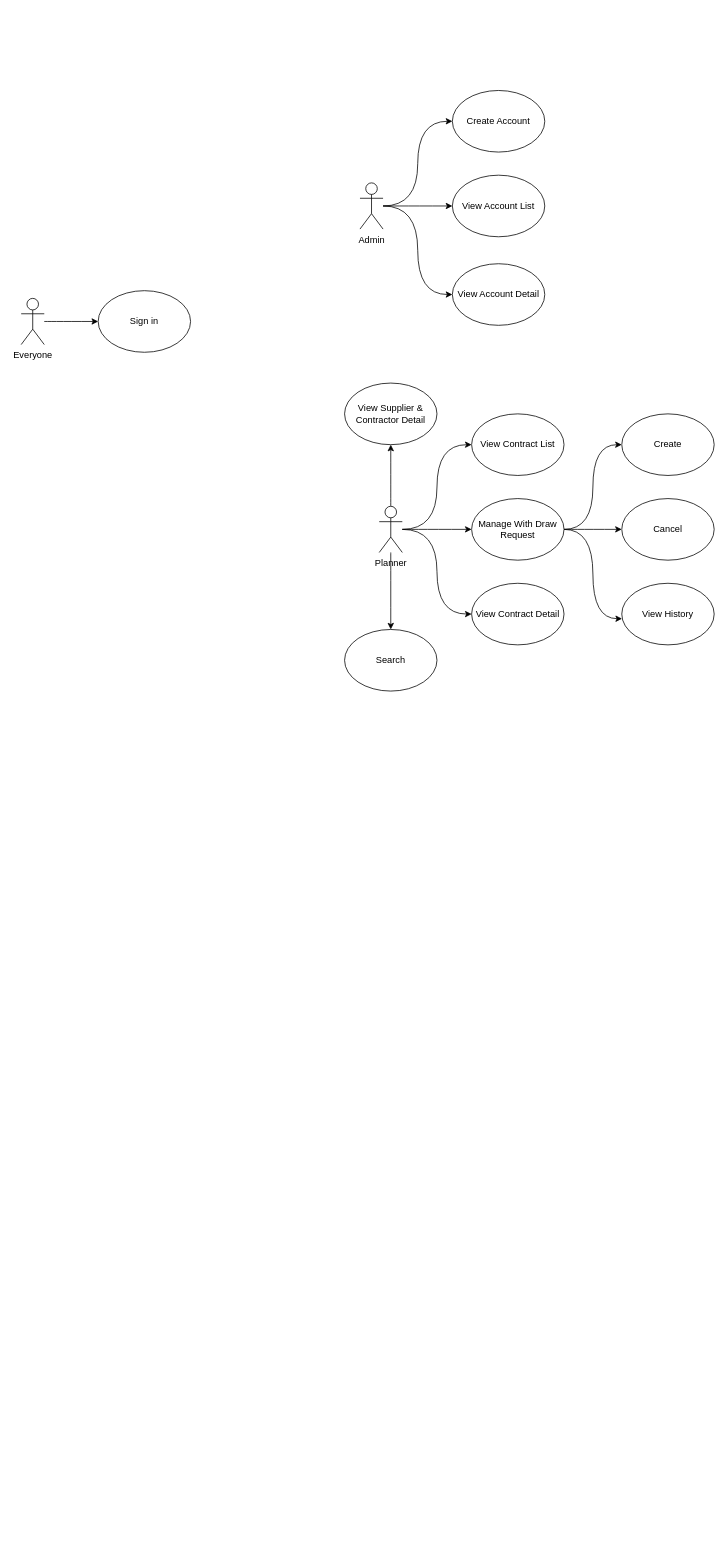
Above: documents/usecase.drawio in cocacolastick-cable-management/cable_management_fe (draw.io), before the change. Source tidied: cells renumbered, new cells numbered last; positions are measured from the earlier drawing's top-left corner, leaving out a move shared by most shapes. Both pictures are drawn from the tidied source at 77%, with x=0, y=0 at pixel (21, 90).
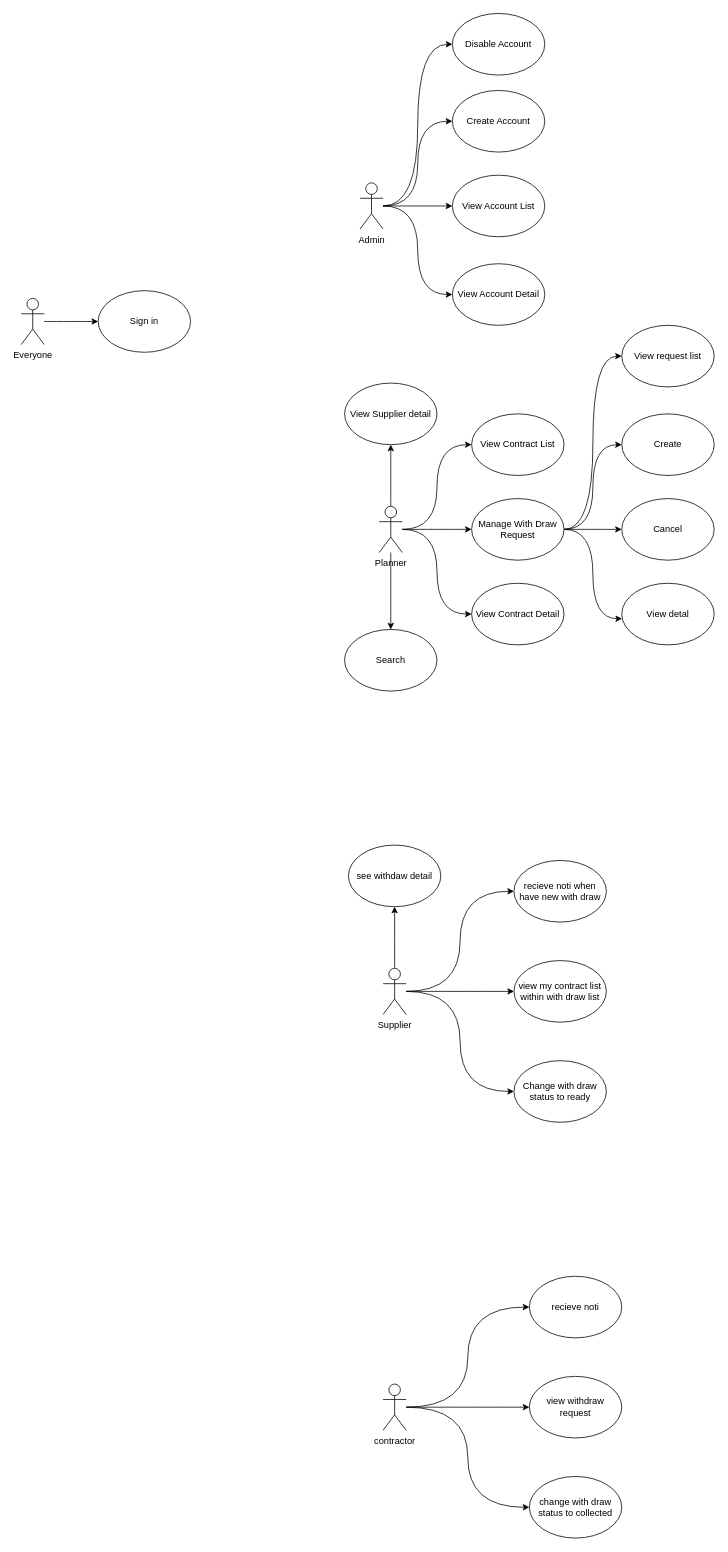
The same page after the edit.

The change refers to these unchanged cells:
```xml
<mxCell id="5" value="Admin" style="shape=umlActor;verticalLabelPosition=bottom;verticalAlign=top;html=1;outlineConnect=0;rounded=1;" parent="1" vertex="1">
  <mxGeometry x="440" y="120" width="30" height="60" as="geometry" />
</mxCell>
<mxCell id="22" value="Manage With Draw Request" style="ellipse;whiteSpace=wrap;html=1;rounded=1;" parent="1" vertex="1">
  <mxGeometry x="585" y="530" width="120" height="80" as="geometry" />
</mxCell>
```

Diff of the diagram source:
```diff
@@
+    <mxCell id="29" style="edgeStyle=orthogonalEdgeStyle;rounded=1;jettySize=auto;html=1;entryX=0;entryY=0.5;entryDx=0;entryDy=0;curved=1;" parent="1" edge="1" source="5" target="31">
+      <mxGeometry relative="1" as="geometry" />
+    </mxCell>
@@
+    <mxCell id="30" style="edgeStyle=orthogonalEdgeStyle;rounded=1;jettySize=auto;html=1;curved=1;entryX=0;entryY=0.5;entryDx=0;entryDy=0;" parent="1" edge="1" source="22" target="37">
+      <mxGeometry relative="1" as="geometry" />
+    </mxCell>
@@
-    <mxCell id="25" value="View Supplier &amp;amp; Contractor Detail" style="ellipse;whiteSpace=wrap;html=1;rounded=1;" parent="1" vertex="1">
+    <mxCell id="25" value="View Supplier detail" style="ellipse;whiteSpace=wrap;html=1;rounded=1;" parent="1" vertex="1">
       <mxGeometry x="420" y="380" width="120" height="80" as="geometry" />
     </mxCell>
@@
-    <mxCell id="28" value="View History" style="ellipse;whiteSpace=wrap;html=1;rounded=1;" parent="1" vertex="1">
+    <mxCell id="28" value="View detal" style="ellipse;whiteSpace=wrap;html=1;rounded=1;" parent="1" vertex="1">
       <mxGeometry x="780" y="640" width="120" height="80" as="geometry" />
     </mxCell>
+    <mxCell id="31" value="Disable Account" style="ellipse;whiteSpace=wrap;html=1;rounded=1;" parent="1" vertex="1">
+      <mxGeometry x="560" y="-100" width="120" height="80" as="geometry" />
+    </mxCell>
+    <mxCell id="32" style="edgeStyle=orthogonalEdgeStyle;curved=1;rounded=1;jettySize=auto;html=1;entryX=0;entryY=0.5;entryDx=0;entryDy=0;" parent="1" edge="1" source="36" target="38">
+      <mxGeometry relative="1" as="geometry" />
+    </mxCell>
+    <mxCell id="33" style="edgeStyle=orthogonalEdgeStyle;curved=1;rounded=1;jettySize=auto;html=1;entryX=0;entryY=0.5;entryDx=0;entryDy=0;" parent="1" edge="1" source="36" target="39">
+      <mxGeometry relative="1" as="geometry" />
+    </mxCell>
+    <mxCell id="34" style="edgeStyle=orthogonalEdgeStyle;curved=1;rounded=1;jettySize=auto;html=1;entryX=0;entryY=0.5;entryDx=0;entryDy=0;" parent="1" edge="1" source="36" target="40">
+      <mxGeometry relative="1" as="geometry" />
+    </mxCell>
+    <mxCell id="35" style="edgeStyle=orthogonalEdgeStyle;curved=1;rounded=1;jettySize=auto;html=1;" parent="1" edge="1" source="36" target="41">
+      <mxGeometry relative="1" as="geometry" />
+    </mxCell>
+    <mxCell id="36" value="Supplier" style="shape=umlActor;verticalLabelPosition=bottom;verticalAlign=top;html=1;outlineConnect=0;rounded=1;" parent="1" vertex="1">
+      <mxGeometry x="470" y="1140" width="30" height="60" as="geometry" />
+    </mxCell>
+    <mxCell id="37" value="View request list" style="ellipse;whiteSpace=wrap;html=1;rounded=1;" parent="1" vertex="1">
+      <mxGeometry x="780" y="305" width="120" height="80" as="geometry" />
+    </mxCell>
+    <mxCell id="38" value="view my contract list within with draw list" style="ellipse;whiteSpace=wrap;html=1;rounded=1;" parent="1" vertex="1">
+      <mxGeometry x="640" y="1130" width="120" height="80" as="geometry" />
+    </mxCell>
+    <mxCell id="39" value="recieve noti when have new with draw" style="ellipse;whiteSpace=wrap;html=1;rounded=1;" parent="1" vertex="1">
+      <mxGeometry x="640" y="1000" width="120" height="80" as="geometry" />
+    </mxCell>
+    <mxCell id="40" value="Change with draw status to ready" style="ellipse;whiteSpace=wrap;html=1;rounded=1;" parent="1" vertex="1">
+      <mxGeometry x="640" y="1260" width="120" height="80" as="geometry" />
+    </mxCell>
+    <mxCell id="41" value="see withdaw detail" style="ellipse;whiteSpace=wrap;html=1;rounded=1;" parent="1" vertex="1">
+      <mxGeometry x="425" y="980" width="120" height="80" as="geometry" />
+    </mxCell>
+    <mxCell id="42" style="edgeStyle=orthogonalEdgeStyle;curved=1;rounded=1;jettySize=auto;html=1;entryX=0;entryY=0.5;entryDx=0;entryDy=0;" parent="1" edge="1" source="45" target="47">
+      <mxGeometry relative="1" as="geometry" />
+    </mxCell>
+    <mxCell id="43" style="edgeStyle=orthogonalEdgeStyle;curved=1;rounded=1;jettySize=auto;html=1;entryX=0;entryY=0.5;entryDx=0;entryDy=0;" parent="1" edge="1" source="45" target="46">
+      <mxGeometry relative="1" as="geometry" />
+    </mxCell>
+    <mxCell id="44" style="edgeStyle=orthogonalEdgeStyle;curved=1;rounded=1;jettySize=auto;html=1;entryX=0;entryY=0.5;entryDx=0;entryDy=0;" parent="1" edge="1" source="45" target="48">
+      <mxGeometry relative="1" as="geometry" />
+    </mxCell>
+    <mxCell id="45" value="contractor" style="shape=umlActor;verticalLabelPosition=bottom;verticalAlign=top;html=1;outlineConnect=0;rounded=1;" parent="1" vertex="1">
+      <mxGeometry x="470" y="1680" width="30" height="60" as="geometry" />
+    </mxCell>
+    <mxCell id="46" value="view withdraw request" style="ellipse;whiteSpace=wrap;html=1;rounded=1;" parent="1" vertex="1">
+      <mxGeometry x="660" y="1670" width="120" height="80" as="geometry" />
+    </mxCell>
+    <mxCell id="47" value="recieve noti" style="ellipse;whiteSpace=wrap;html=1;rounded=1;" parent="1" vertex="1">
+      <mxGeometry x="660" y="1540" width="120" height="80" as="geometry" />
+    </mxCell>
+    <mxCell id="48" value="change with draw status to collected" style="ellipse;whiteSpace=wrap;html=1;rounded=1;" parent="1" vertex="1">
+      <mxGeometry x="660" y="1800" width="120" height="80" as="geometry" />
+    </mxCell>
```
